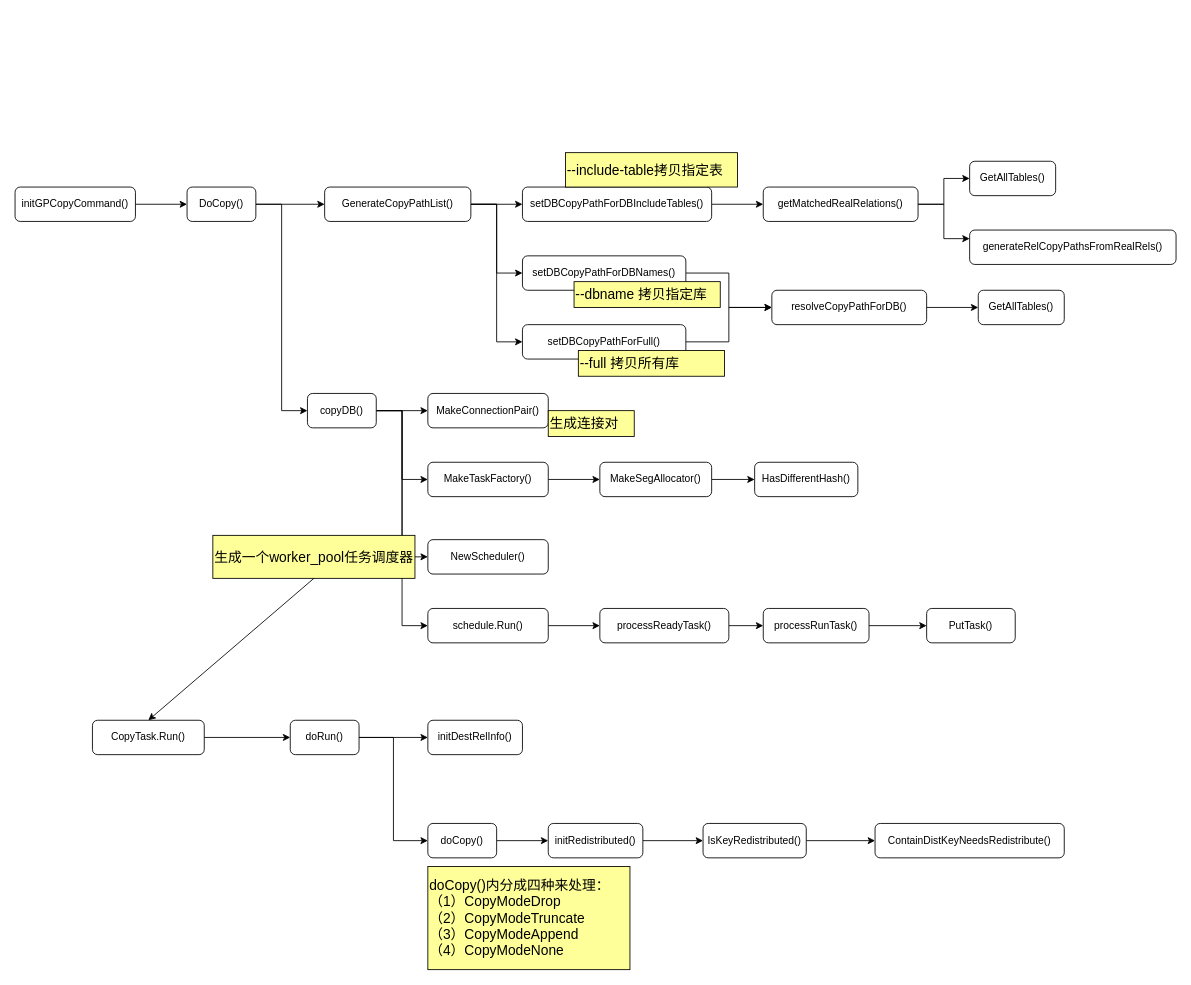
Earlier version of the draw.io diagram page "第 3 页" (3 of 3) of gpcopy.drawio (Terry1504/yongtao_notes). Source tidied: cells renumbered, new cells numbered last; positions are measured from the earlier drawing's top-left corner, leaving out a move shared by most shapes. Both pictures are drawn from the tidied source at 86%, with x=0, y=0 at pixel (15, 152).
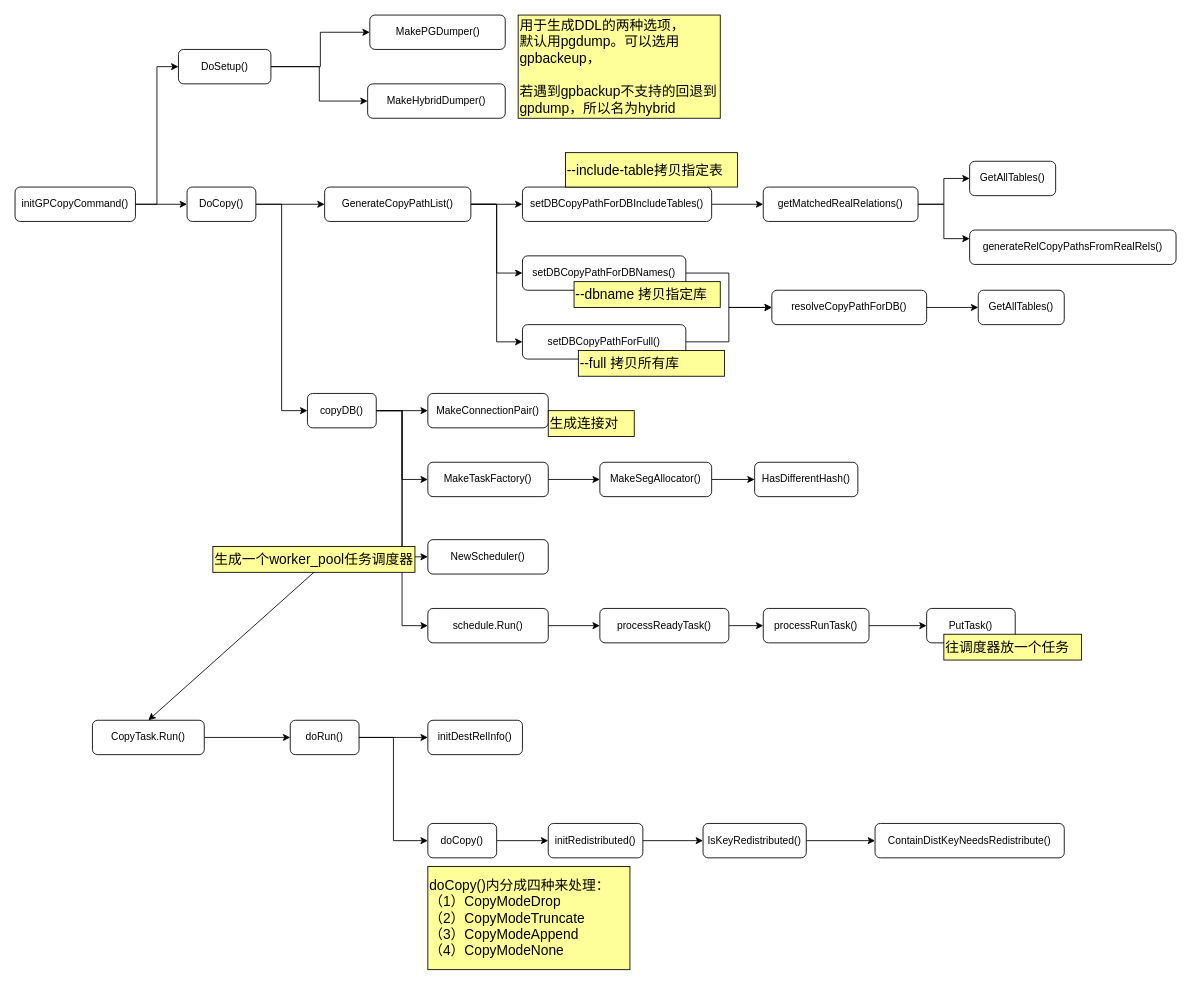
The same diagram, later.

The change refers to these unchanged cells:
```xml
<mxCell id="16" value="initGPCopyCommand()" style="rounded=1;whiteSpace=wrap;html=1;" parent="1" vertex="1">
  <mxGeometry y="40" width="140" height="40" as="geometry" />
</mxCell>
```

What changed in the source:
```diff
@@
+    <mxCell id="64" style="edgeStyle=orthogonalEdgeStyle;rounded=0;jettySize=auto;html=1;exitX=1;exitY=0.5;exitDx=0;exitDy=0;entryX=0;entryY=0.5;entryDx=0;entryDy=0;" parent="1" edge="1" source="16" target="70">
+      <mxGeometry relative="1" as="geometry" />
+    </mxCell>
@@
     <mxCell id="58" value="&lt;font style=&quot;font-size: 16px;&quot;&gt;生成一个worker_pool任务调度器&lt;/font&gt;" style="rounded=0;whiteSpace=wrap;html=1;align=left;fillColor=#FFFF99;" parent="1" vertex="1">
-      <mxGeometry x="230" y="445" width="235" height="50" as="geometry" />
+      <mxGeometry x="230" y="458" width="235" height="30" as="geometry" />
     </mxCell>
@@
+    <mxCell id="65" value="&lt;span style=&quot;font-size: 16px;&quot;&gt;往调度器放一个任务&lt;/span&gt;" style="rounded=0;whiteSpace=wrap;html=1;align=left;fillColor=#FFFF99;" parent="1" vertex="1">
+      <mxGeometry x="1080" y="560" width="160" height="30" as="geometry" />
+    </mxCell>
+    <mxCell id="66" value="MakePGDumper()" style="rounded=1;whiteSpace=wrap;html=1;" parent="1" vertex="1">
+      <mxGeometry x="412.5" y="-160" width="157.5" height="40" as="geometry" />
+    </mxCell>
+    <mxCell id="67" value="MakeHybridDumper()" style="rounded=1;whiteSpace=wrap;html=1;" parent="1" vertex="1">
+      <mxGeometry x="410" y="-80" width="160" height="40" as="geometry" />
+    </mxCell>
+    <mxCell id="68" style="edgeStyle=orthogonalEdgeStyle;rounded=0;jettySize=auto;html=1;exitX=1;exitY=0.5;exitDx=0;exitDy=0;entryX=0;entryY=0.5;entryDx=0;entryDy=0;" parent="1" edge="1" source="70" target="66">
+      <mxGeometry relative="1" as="geometry" />
+    </mxCell>
+    <mxCell id="69" style="edgeStyle=orthogonalEdgeStyle;rounded=0;jettySize=auto;html=1;exitX=1;exitY=0.5;exitDx=0;exitDy=0;entryX=0;entryY=0.5;entryDx=0;entryDy=0;" parent="1" edge="1" source="70" target="67">
+      <mxGeometry relative="1" as="geometry" />
+    </mxCell>
+    <mxCell id="70" value="DoSetup()" style="rounded=1;whiteSpace=wrap;html=1;" parent="1" vertex="1">
+      <mxGeometry x="190" y="-120" width="107.5" height="40" as="geometry" />
+    </mxCell>
+    <mxCell id="71" value="&lt;font style=&quot;font-size: 16px;&quot;&gt;用于生成DDL的两种选项，&lt;br&gt;默认用pgdump。可以选用gpbackeup，&lt;br&gt;&lt;br&gt;若遇到gpbackup不支持的回退到gpdump，所以名为hybrid&lt;br&gt;&lt;/font&gt;" style="rounded=0;whiteSpace=wrap;html=1;align=left;fillColor=#FFFF99;" parent="1" vertex="1">
+      <mxGeometry x="585" y="-160" width="235" height="120" as="geometry" />
+    </mxCell>
```
